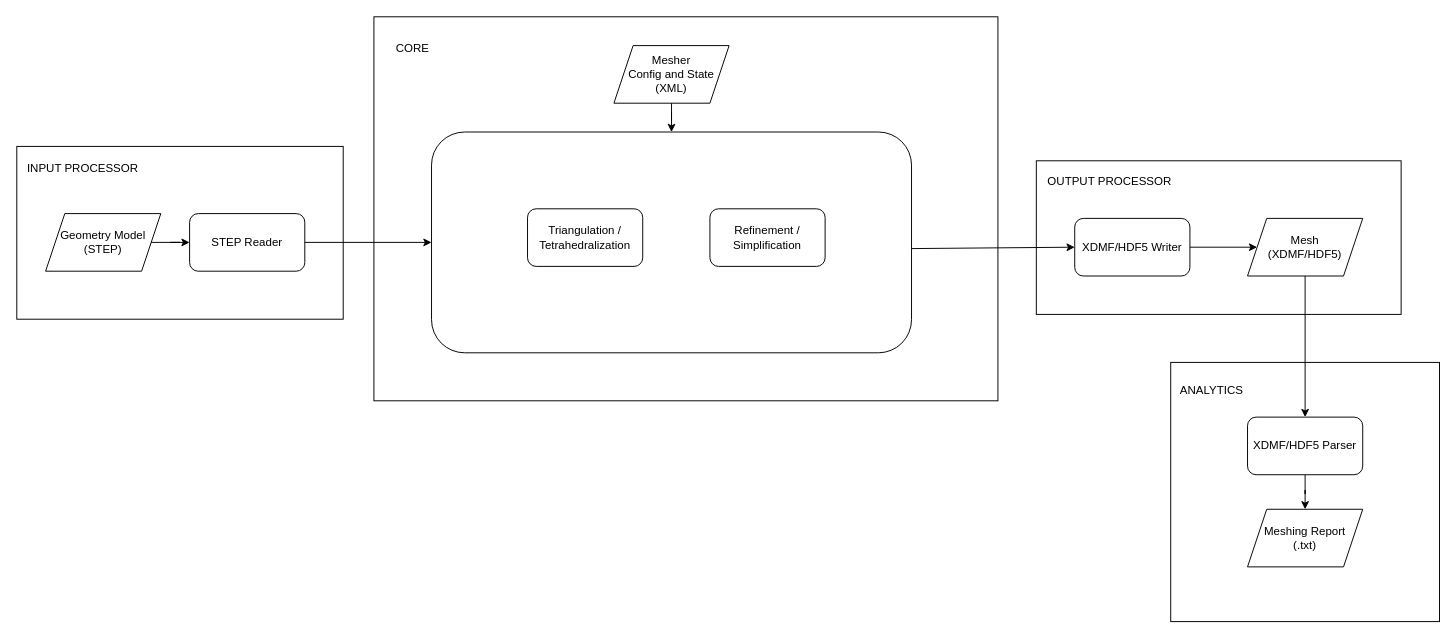
Earlier version of the draw.io diagram page "Architecture" (1 of 8) of docs/GeometryMesher.drawio (steven-darwin/geometry_mesher). Source tidied: cells renumbered, new cells numbered last; positions are measured from the earlier drawing's top-left corner, leaving out a move shared by most shapes. Both pictures are drawn from the tidied source at 96%, with x=0, y=0 at pixel (16, 16).
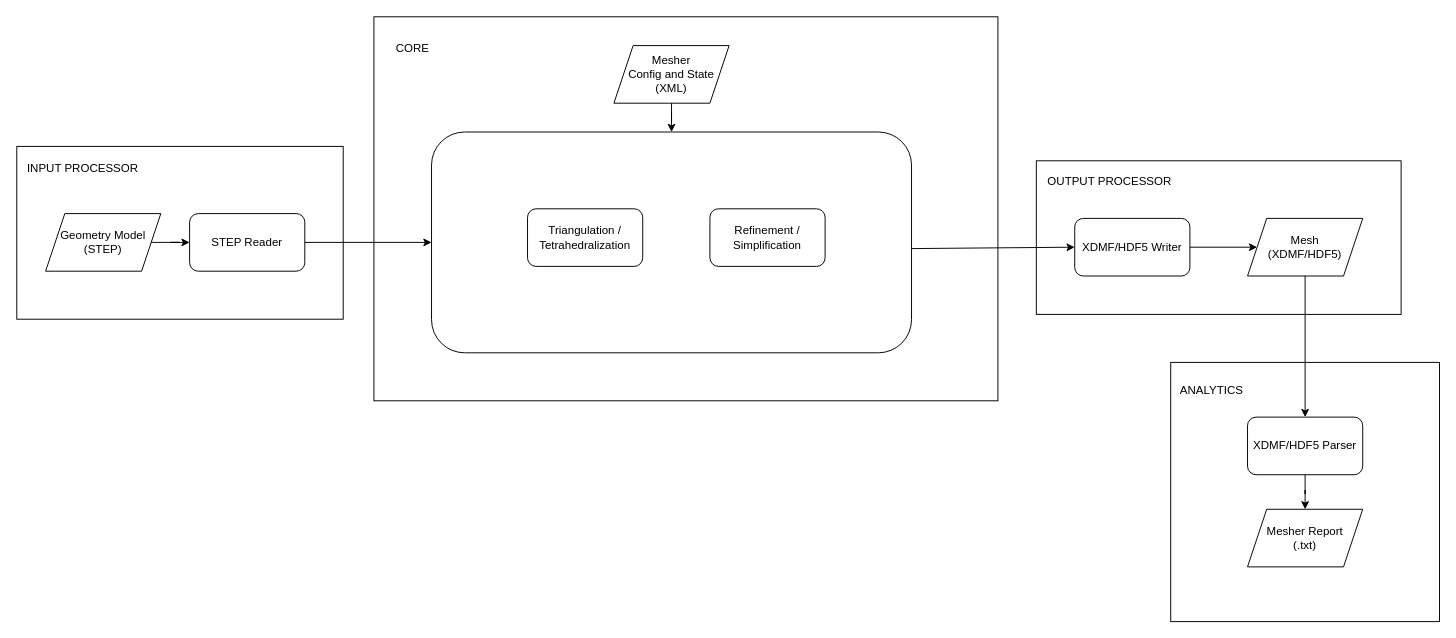
After the change.

The change refers to these unchanged cells:
```xml
<mxCell id="2" style="group;" parent="1" vertex="1">
  <mxGeometry x="1202" y="360" width="280" height="270" as="geometry" />
</mxCell>
```

Change to the diagram source:
```diff
@@
-    <mxCell id="7" value="Meshing Report&lt;div&gt;(.txt)&lt;/div&gt;" style="shape=parallelogram;perimeter=parallelogramPerimeter;whiteSpace=wrap;html=1;fixedSize=1;" parent="2" vertex="1">
+    <mxCell id="7" value="Mesher Report&lt;div&gt;(.txt)&lt;/div&gt;" style="shape=parallelogram;perimeter=parallelogramPerimeter;whiteSpace=wrap;html=1;fixedSize=1;" parent="2" vertex="1">
       <mxGeometry x="80" y="153" width="120" height="60" as="geometry" />
     </mxCell>
```
